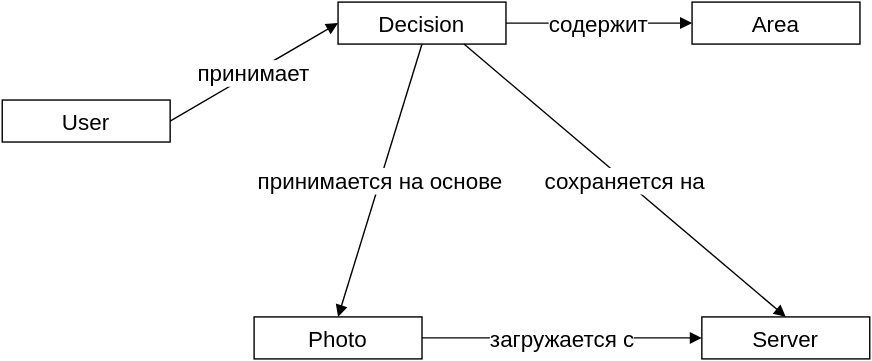
Above: pictures/AstroCrowd-objects-model-links-2.svg in epquick/oop-slides (draw.io), before the change. Source tidied: cells renumbered, new cells last; positions are measured from the earlier drawing's top-left corner, leaving out a move shared by most shapes. Source of this version:
```xml
<mxGraphModel background="#ffffff">
  <root>
    <mxCell id="0" />
    <mxCell id="1" parent="0" />
    <mxCell id="2" value="User" style="whiteSpace=wrap;html=1;fontSize=16;" parent="1" vertex="1">
      <mxGeometry y="70" width="120" height="30" as="geometry" />
    </mxCell>
    <mxCell id="3" value="Server" style="whiteSpace=wrap;html=1;fontSize=16;" parent="1" vertex="1">
      <mxGeometry x="500" y="225" width="120" height="30" as="geometry" />
    </mxCell>
    <mxCell id="4" value="Photo" style="whiteSpace=wrap;html=1;fontSize=16;" parent="1" vertex="1">
      <mxGeometry x="180" y="225" width="120" height="30" as="geometry" />
    </mxCell>
    <mxCell id="5" value="Decision" style="whiteSpace=wrap;html=1;fontSize=16;" parent="1" vertex="1">
      <mxGeometry x="240" width="120" height="30" as="geometry" />
    </mxCell>
    <mxCell id="6" value="Area" style="whiteSpace=wrap;html=1;fontSize=16;" parent="1" vertex="1">
      <mxGeometry x="493" width="120" height="30" as="geometry" />
    </mxCell>
    <mxCell id="7" value="принимает" style="endArrow=none;html=1;strokeColor=#000000;exitX=0;exitY=0.5;entryX=1;entryY=0.5;endFill=0;startArrow=block;startFill=1;fontSize=16;" parent="1" edge="1" source="5" target="2">
      <mxGeometry x="190" y="150" as="geometry" />
    </mxCell>
    <mxCell id="8" value="принимается на основе" style="endArrow=none;html=1;strokeColor=#000000;exitX=0.5;exitY=0;entryX=0.5;entryY=1;endFill=0;startArrow=block;startFill=1;fontSize=16;" parent="1" edge="1" source="4" target="5">
      <mxGeometry x="320" y="80" as="geometry" />
    </mxCell>
    <mxCell id="9" value="загружается с" style="endArrow=none;html=1;strokeColor=#000000;exitX=0;exitY=0.5;entryX=1;entryY=0.5;endFill=0;startArrow=block;startFill=1;fontSize=16;" parent="1" edge="1" source="3" target="4">
      <mxGeometry x="210" y="170" as="geometry" />
    </mxCell>
    <mxCell id="10" value="сохраняется на" style="endArrow=none;html=1;strokeColor=#000000;exitX=0.5;exitY=0;entryX=0.75;entryY=1;endFill=0;startArrow=block;startFill=1;fontSize=16;" parent="1" edge="1" source="3" target="5">
      <mxGeometry x="220" y="180" as="geometry" />
    </mxCell>
    <mxCell id="11" value="содержит" style="endArrow=none;html=1;strokeColor=#000000;exitX=0;exitY=0.5;entryX=1;entryY=0.5;endFill=0;startArrow=block;startFill=1;fontSize=16;" parent="1" edge="1" source="6" target="5">
      <mxGeometry x="230" y="190" as="geometry" />
    </mxCell>
  </root>
</mxGraphModel>
```
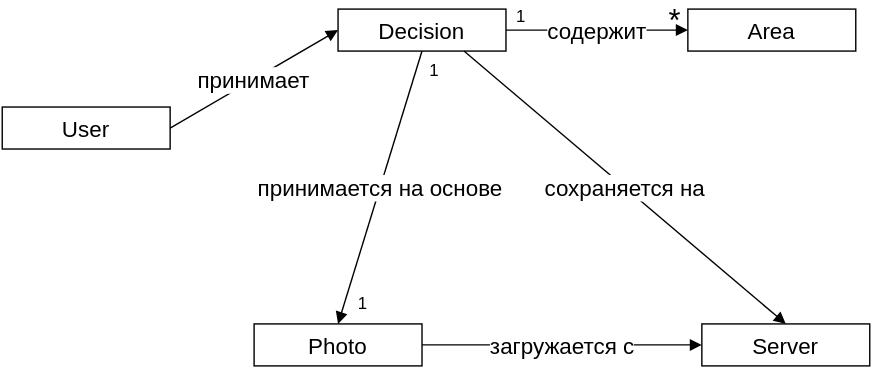
Later version of the same file.

What changed in the source:
```diff
@@ -15,7 +15,7 @@
       <mxGeometry x="240" width="120" height="30" as="geometry" />
     </mxCell>
     <mxCell id="6" value="Area" style="whiteSpace=wrap;html=1;fontSize=16;" parent="1" vertex="1">
-      <mxGeometry x="493" width="120" height="30" as="geometry" />
+      <mxGeometry x="490" width="120" height="30" as="geometry" />
     </mxCell>
     <mxCell id="7" value="принимает" style="endArrow=none;html=1;strokeColor=#000000;exitX=0;exitY=0.5;entryX=1;entryY=0.5;endFill=0;startArrow=block;startFill=1;fontSize=16;" parent="1" edge="1" source="5" target="2">
       <mxGeometry x="190" y="150" as="geometry" />
@@ -32,5 +32,17 @@
     <mxCell id="11" value="содержит" style="endArrow=none;html=1;strokeColor=#000000;exitX=0;exitY=0.5;entryX=1;entryY=0.5;endFill=0;startArrow=block;startFill=1;fontSize=16;" parent="1" edge="1" source="6" target="5">
       <mxGeometry x="230" y="190" as="geometry" />
     </mxCell>
+    <mxCell id="12" value="1" style="text;html=1;strokeColor=none;fillColor=none;align=center;verticalAlign=middle;whiteSpace=wrap;" parent="1" vertex="1">
+      <mxGeometry x="360" y="-5" width="20" height="20" as="geometry" />
+    </mxCell>
+    <mxCell id="13" value="*" style="text;html=1;strokeColor=none;fillColor=none;align=center;verticalAlign=middle;whiteSpace=wrap;fontSize=22;" parent="1" vertex="1">
+      <mxGeometry x="470" y="-2" width="20" height="20" as="geometry" />
+    </mxCell>
+    <mxCell id="14" value="1" style="text;html=1;strokeColor=none;fillColor=none;align=center;verticalAlign=middle;whiteSpace=wrap;" parent="1" vertex="1">
+      <mxGeometry x="298" y="33" width="20" height="20" as="geometry" />
+    </mxCell>
+    <mxCell id="15" value="1" style="text;html=1;strokeColor=none;fillColor=none;align=center;verticalAlign=middle;whiteSpace=wrap;" parent="1" vertex="1">
+      <mxGeometry x="247" y="200" width="20" height="20" as="geometry" />
+    </mxCell>
   </root>
 </mxGraphModel>
```
